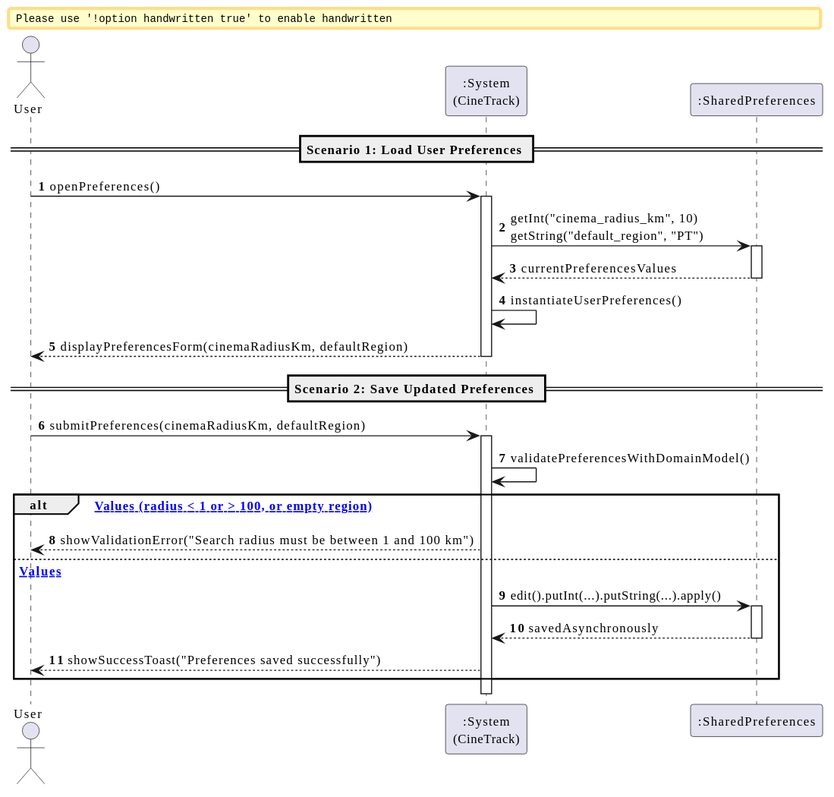
The PlantUML diagram docs/Use Cases/US8/svg/ssd_us8_preferences.svg in Andre-1240567/DSSMV_ProjectDroid_1240567_1241013, before a commit. Source of this version:
```plantuml
@startuml
skinparam handwritten false
skinparam monochrome false
skinparam shadowing false
skinparam defaultFontName "Helvetica, Arial, sans-serif"
skinparam defaultFontSize 12

actor "User" as User
participant ":System\n(CineTrack)" as System
participant ":SharedPreferences" as Prefs

autonumber

== Scenario 1: Load User Preferences ==

User -> System : openPreferences()
activate System

System -> Prefs : getInt("cinema_radius_km", 10)\ngetString("default_region", "PT")
activate Prefs
Prefs --> System : currentPreferencesValues
deactivate Prefs

System -> System : instantiateUserPreferences()
System --> User : displayPreferencesForm(cinemaRadiusKm, defaultRegion)
deactivate System

== Scenario 2: Save Updated Preferences ==

User -> System : submitPreferences(cinemaRadiusKm, defaultRegion)
activate System

System -> System : validatePreferencesWithDomainModel()

alt [Invalid Values (radius < 1 or > 100, or empty region)]
    System --> User : showValidationError("Search radius must be between 1 and 100 km")
else [Valid Values]
    System -> Prefs : edit().putInt(...).putString(...).apply()
    activate Prefs
    Prefs --> System : savedAsynchronously
    deactivate Prefs

    System --> User : showSuccessToast("Preferences saved successfully")
end

deactivate System
@enduml
```
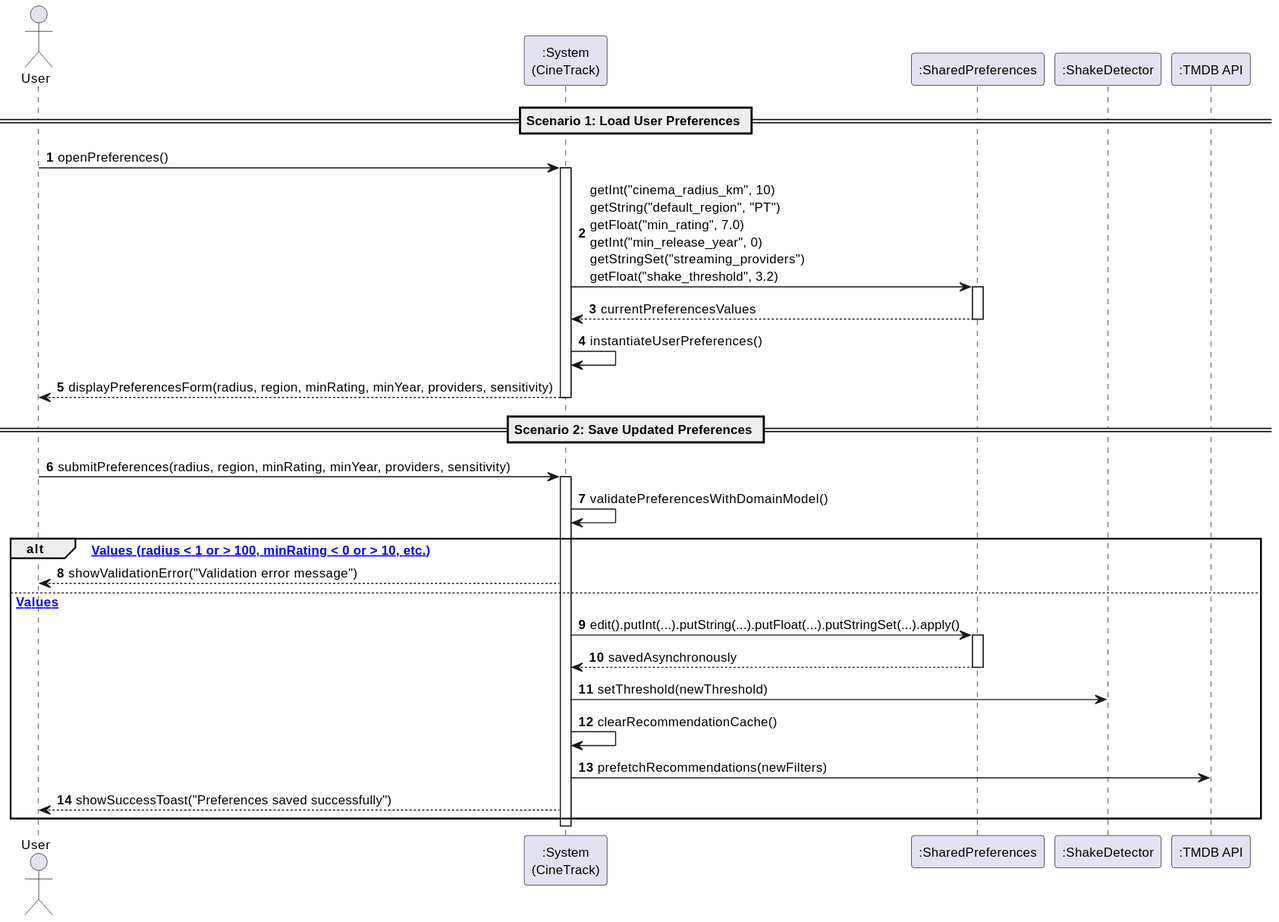
After the commit.

Commit message:
docs: sync PlantUML SVGs, fix markdown links and remove machine-specific JDK path

The edit, as a diff of the source:
```diff
@@ -8,6 +8,8 @@
 actor "User" as User
 participant ":System\n(CineTrack)" as System
 participant ":SharedPreferences" as Prefs
+participant ":ShakeDetector" as Shake
+participant ":TMDB API" as TMDB
 
 autonumber
 
@@ -16,29 +18,33 @@
 User -> System : openPreferences()
 activate System
 
-System -> Prefs : getInt("cinema_radius_km", 10)\ngetString("default_region", "PT")
+System -> Prefs : getInt("cinema_radius_km", 10)\ngetString("default_region", "PT")\ngetFloat("min_rating", 7.0)\ngetInt("min_release_year", 0)\ngetStringSet("streaming_providers")\ngetFloat("shake_threshold", 3.2)
 activate Prefs
 Prefs --> System : currentPreferencesValues
 deactivate Prefs
 
 System -> System : instantiateUserPreferences()
-System --> User : displayPreferencesForm(cinemaRadiusKm, defaultRegion)
+System --> User : displayPreferencesForm(radius, region, minRating, minYear, providers, sensitivity)
 deactivate System
 
 == Scenario 2: Save Updated Preferences ==
 
-User -> System : submitPreferences(cinemaRadiusKm, defaultRegion)
+User -> System : submitPreferences(radius, region, minRating, minYear, providers, sensitivity)
 activate System
 
 System -> System : validatePreferencesWithDomainModel()
 
-alt [Invalid Values (radius < 1 or > 100, or empty region)]
-    System --> User : showValidationError("Search radius must be between 1 and 100 km")
+alt [Invalid Values (radius < 1 or > 100, minRating < 0 or > 10, etc.)]
+    System --> User : showValidationError("Validation error message")
 else [Valid Values]
-    System -> Prefs : edit().putInt(...).putString(...).apply()
+    System -> Prefs : edit().putInt(...).putString(...).putFloat(...).putStringSet(...).apply()
     activate Prefs
     Prefs --> System : savedAsynchronously
     deactivate Prefs
+
+    System -> Shake : setThreshold(newThreshold)
+    System -> System : clearRecommendationCache()
+    System -> TMDB : prefetchRecommendations(newFilters)
 
     System --> User : showSuccessToast("Preferences saved successfully")
 end
```
